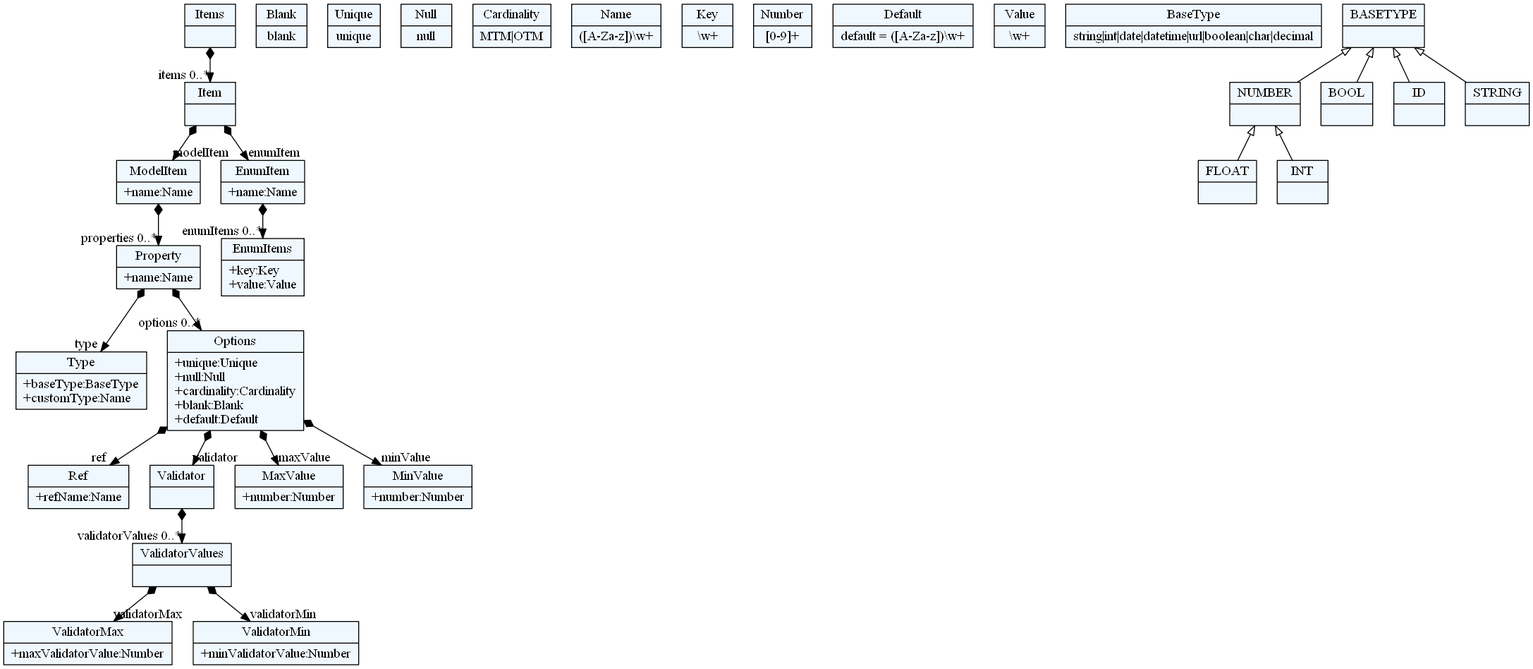
This is Generator/test_meta.png from sergiosuperstar/FTN-MBRS, a Graphviz export, as it was before one commit. Its source is kept beside it as Generator/test_meta.dot.
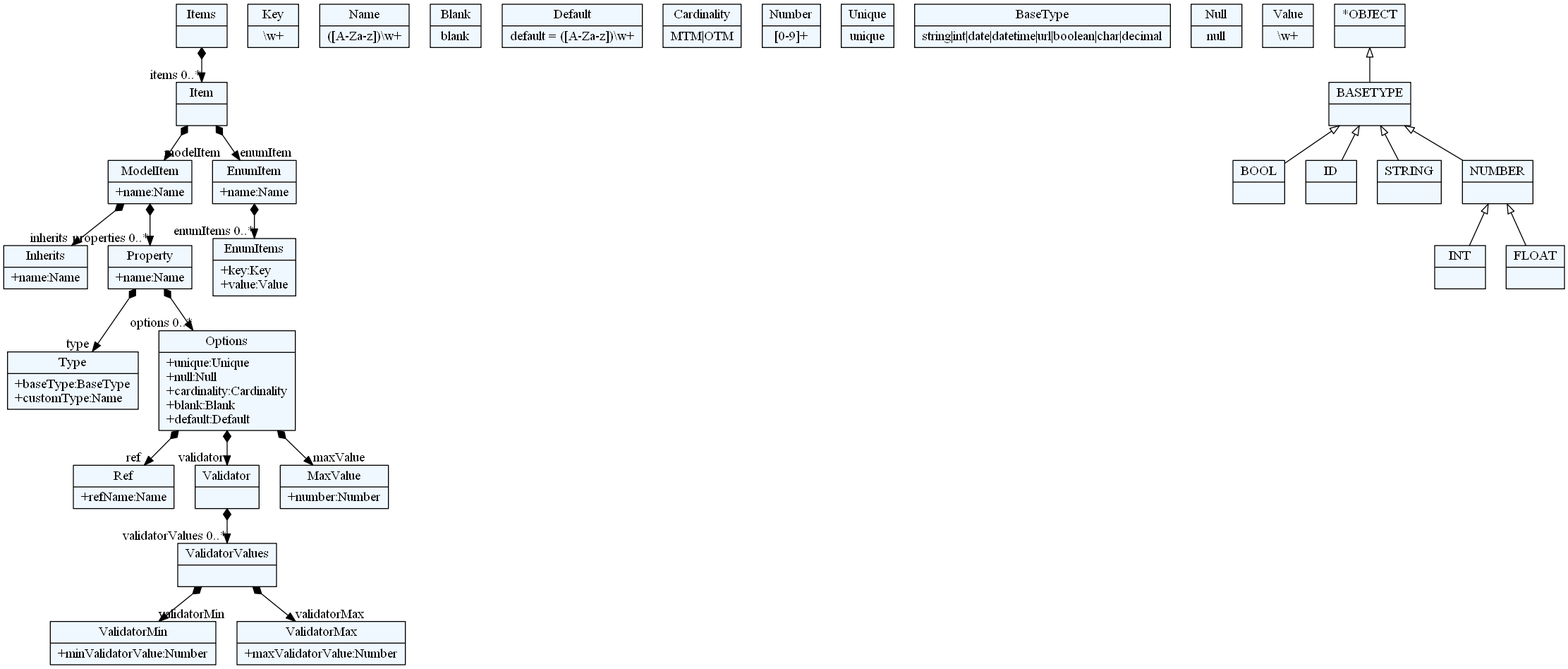
After the commit.

Commit message:
inheritance added to the metamodel; minValue removed; test model changed; model images generation implemented;

What changed in the source:
```diff
@@ -10,89 +10,92 @@
     edge[dir=black,arrowtail=empty]
 
 
-56311856 -> 56314096[arrowtail=diamond, dir=both, headlabel="properties 0..*"]
-56311856[ label="{ModelItem|+name:Name\l}"]
+65773784 -> 65782744[arrowtail=diamond, dir=both, headlabel="inherits "]
+65773784 -> 65790808[arrowtail=diamond, dir=both, headlabel="properties 0..*"]
+65773784[ label="{ModelItem|+name:Name\l}"]
 
-56314096 -> 56314544[arrowtail=diamond, dir=both, headlabel="type "]
-56314096 -> 56315440[arrowtail=diamond, dir=both, headlabel="options 0..*"]
-56314096[ label="{Property|+name:Name\l}"]
+65802456[ label="{Ref|+refName:Name\l}"]
 
-56333232[ label="{Blank|blank}"]
+65772888 -> 65786328[arrowtail=diamond, dir=both, headlabel="enumItems 0..*"]
+65772888[ label="{EnumItem|+name:Name\l}"]
 
-56029232 -> 56311856[arrowtail=diamond, dir=both, headlabel="modelItem "]
-56029232 -> 56312304[arrowtail=diamond, dir=both, headlabel="enumItem "]
-56029232[ label="{Item|}"]
+65794392[ label="{ValidatorMin|+minValidatorValue:Number\l}"]
 
-56332336[ label="{Unique|unique}"]
+65771992[ label="{Key|\\w+}"]
 
-56332784[ label="{Null|null}"]
+65797080 -> 65816792[arrowtail=diamond, dir=both, headlabel="validatorValues 0..*"]
+65797080[ label="{Validator|}"]
 
-56335472[ label="{Ref|+refName:Name\l}"]
+65762136[ label="{Name|([A-Za-z])\\w+}"]
 
-56344624 -> 56345072[arrowtail=diamond, dir=both, headlabel="validatorValues 0..*"]
-56344624[ label="{Validator|}"]
+65817688[ label="{ValidatorMax|+maxValidatorValue:Number\l}"]
 
-56315440 -> 56333680[arrowtail=diamond, dir=both, headlabel="maxValue "]
-56315440 -> 56334128[arrowtail=diamond, dir=both, headlabel="minValue "]
-56315440 -> 56335472[arrowtail=diamond, dir=both, headlabel="ref "]
-56315440 -> 56344624[arrowtail=diamond, dir=both, headlabel="validator "]
-56315440[ label="{Options|+unique:Unique\l+null:Null\l+cardinality:Cardinality\l+blank:Blank\l+default:Default\l}"]
+65764824 -> 65761240[arrowtail=diamond, dir=both, headlabel="items 0..*"]
+65764824[ label="{Items|}"]
 
-56312304 -> 56312752[arrowtail=diamond, dir=both, headlabel="enumItems 0..*"]
-56312304[ label="{EnumItem|+name:Name\l}"]
+65788120[ label="{Type|+baseType:BaseType\l+customType:Name\l}"]
 
-56030576 -> 56029232[arrowtail=diamond, dir=both, headlabel="items 0..*"]
-56030576[ label="{Items|}"]
+65793496[ label="{Blank|blank}"]
 
-56335920[ label="{Cardinality|MTM\|OTM}"]
+65786328[ label="{EnumItems|+key:Key\l+value:Value\l}"]
 
-56312752[ label="{EnumItems|+key:Key\l+value:Value\l}"]
+65780952[ label="{MaxValue|+number:Number\l}"]
 
-56345072 -> 56345520[arrowtail=diamond, dir=both, headlabel="validatorMax "]
-56345072 -> 56345968[arrowtail=diamond, dir=both, headlabel="validatorMin "]
-56345072[ label="{ValidatorValues|}"]
+65761240 -> 65773784[arrowtail=diamond, dir=both, headlabel="modelItem "]
+65761240 -> 65772888[arrowtail=diamond, dir=both, headlabel="enumItem "]
+65761240[ label="{Item|}"]
 
-56335024[ label="{Name|([A-Za-z])\\w+}"]
+65795288[ label="{Default|default = ([A-Za-z])\\w+}"]
 
-56334128[ label="{MinValue|+number:Number\l}"]
+65782744[ label="{Inherits|+name:Name\l}"]
 
-56313200[ label="{Key|\\w+}"]
+65800664[ label="{Cardinality|MTM\|OTM}"]
 
-56314544[ label="{Type|+baseType:BaseType\l+customType:Name\l}"]
+65791704[ label="{Number|[0-9]+}"]
 
-56334576[ label="{Number|[0-9]+}"]
+65771096[ label="{Unique|unique}"]
 
-56346416[ label="{Default|default = ([A-Za-z])\\w+}"]
+65768408[ label="{BaseType|string\|int\|date\|datetime\|url\|boolean\|char\|decimal}"]
 
-56313648[ label="{Value|\\w+}"]
+65816792 -> 65817688[arrowtail=diamond, dir=both, headlabel="validatorMax "]
+65816792 -> 65794392[arrowtail=diamond, dir=both, headlabel="validatorMin "]
+65816792[ label="{ValidatorValues|}"]
 
-56333680[ label="{MaxValue|+number:Number\l}"]
+65789016 -> 65780952[arrowtail=diamond, dir=both, headlabel="maxValue "]
+65789016 -> 65802456[arrowtail=diamond, dir=both, headlabel="ref "]
+65789016 -> 65797080[arrowtail=diamond, dir=both, headlabel="validator "]
+65789016[ label="{Options|+unique:Unique\l+null:Null\l+cardinality:Cardinality\l+blank:Blank\l+default:Default\l}"]
 
-56345520[ label="{ValidatorMax|+maxValidatorValue:Number\l}"]
+65789912[ label="{Null|null}"]
 
-56314992[ label="{BaseType|string\|int\|date\|datetime\|url\|boolean\|char\|decimal}"]
+65776472[ label="{Value|\\w+}"]
 
-56345968[ label="{ValidatorMin|+minValidatorValue:Number\l}"]
+65790808 -> 65788120[arrowtail=diamond, dir=both, headlabel="type "]
+65790808 -> 65789016[arrowtail=diamond, dir=both, headlabel="options 0..*"]
+65790808[ label="{Property|+name:Name\l}"]
 
-56130672[ label="{NUMBER|}"]
-56130672 -> 56130224 [dir=back]
-56130672 -> 56129776 [dir=back]
+65769304[ label="{*OBJECT|}"]
+65769304 -> 65766616 [dir=back]
 
-56131120[ label="{BASETYPE|}"]
-56131120 -> 56130672 [dir=back]
-56131120 -> 56129328 [dir=back]
-56131120 -> 56128432 [dir=back]
-56131120 -> 56128880 [dir=back]
+65781848[ label="{INT|}"]
 
-56128880[ label="{STRING|}"]
+65783640[ label="{BOOL|}"]
 
-56128432[ label="{ID|}"]
+65792600[ label="{FLOAT|}"]
 
-56129776[ label="{INT|}"]
+65763032[ label="{ID|}"]
 
-56129328[ label="{BOOL|}"]
+65774680[ label="{STRING|}"]
 
-56130224[ label="{FLOAT|}"]
+65785432[ label="{NUMBER|}"]
+65785432 -> 65792600 [dir=back]
+65785432 -> 65781848 [dir=back]
+
+65766616[ label="{BASETYPE|}"]
+65766616 -> 65785432 [dir=back]
+65766616 -> 65783640 [dir=back]
+65766616 -> 65763032 [dir=back]
+65766616 -> 65774680 [dir=back]
 
 
 }
```
